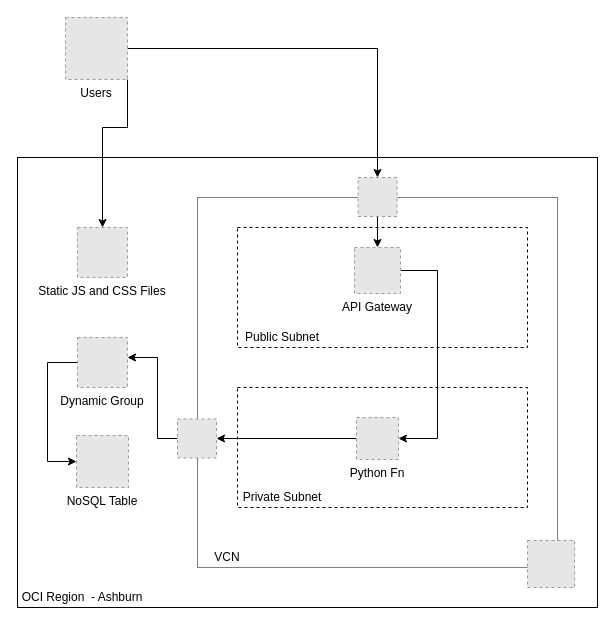
Earlier version of the draw.io diagram Untitled Diagram.drawio (JauntyJames/draw.io). Source tidied: cells renumbered, new cells numbered last; positions are measured from the earlier drawing's top-left corner, leaving out a move shared by most shapes. Both pictures are drawn from the tidied source at 100%, with x=0, y=0 at pixel (17, 17). Pictures stored in the file or linked from it are replaced by grey dashed boxes.
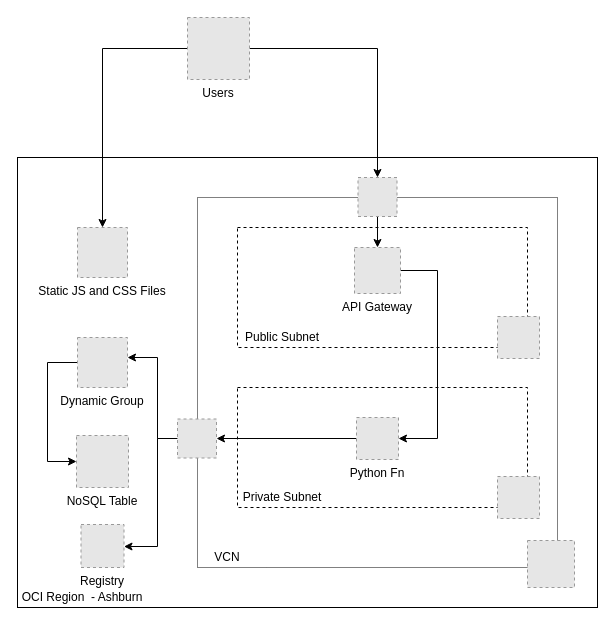
Above is the later version.

Unchanged cells that the change refers to:
```xml
<mxCell id="4" value="Static JS and CSS Files" style="fillColor=#E6E6E6;strokeColor=#999999;dashed=1;verticalLabelPosition=bottom;verticalAlign=top;" parent="1" vertex="1">
  <mxGeometry x="60" y="210" width="50" height="50" as="geometry" />
</mxCell>
<mxCell id="22" style="fillColor=#E6E6E6;strokeColor=#999999;dashed=1;verticalLabelPosition=bottom;verticalAlign=top;" parent="1" vertex="1">
  <mxGeometry x="160" y="401.5" width="39" height="39" as="geometry" />
</mxCell>
<mxCell id="24" value="Dynamic Group" style="fillColor=#E6E6E6;strokeColor=#999999;dashed=1;verticalLabelPosition=bottom;verticalAlign=top;" parent="1" vertex="1">
  <mxGeometry x="60" y="320" width="50" height="50" as="geometry" />
</mxCell>
```

What changed in the source:
```diff
@@
-    <mxCell id="8" style="edgeStyle=orthogonalEdgeStyle;rounded=0;jettySize=auto;html=1;exitX=1;exitY=1;exitDx=0;exitDy=0;" parent="1" edge="1" source="10" target="4">
+    <mxCell id="8" style="edgeStyle=orthogonalEdgeStyle;rounded=0;jettySize=auto;html=1;exitX=0;exitY=0.5;exitDx=0;exitDy=0;" parent="1" edge="1" source="10" target="4">
       <mxGeometry relative="1" as="geometry">
         <Array as="points">
-          <mxPoint x="110" y="110" />
-          <mxPoint x="85" y="110" />
+          <mxPoint x="85" y="31" />
         </Array>
       </mxGeometry>
     </mxCell>
@@
     <mxCell id="10" value="Users" style="fillColor=#E6E6E6;strokeColor=#999999;dashed=1;verticalLabelPosition=bottom;verticalAlign=top;" parent="1" vertex="1">
-      <mxGeometry x="48" width="62" height="62" as="geometry" />
+      <mxGeometry x="170" width="62" height="62" as="geometry" />
     </mxCell>
@@
-    <mxCell id="21" style="edgeStyle=orthogonalEdgeStyle;rounded=0;jettySize=auto;html=1;" parent="1" edge="1" source="22" target="24">
+    <mxCell id="21" style="edgeStyle=orthogonalEdgeStyle;rounded=0;jettySize=auto;html=1;startArrow=classic;startFill=1;endArrow=none;endFill=0;" parent="1" edge="1" source="24" target="22">
       <mxGeometry relative="1" as="geometry">
         <Array as="points">
+          <mxPoint x="140" y="340" />
           <mxPoint x="140" y="421" />
-          <mxPoint x="140" y="340" />
         </Array>
       </mxGeometry>
     </mxCell>
+    <mxCell id="26" style="edgeStyle=orthogonalEdgeStyle;rounded=0;jumpStyle=arc;jettySize=auto;html=1;startArrow=none;startFill=0;endArrow=classic;endFill=1;" parent="1" edge="1" source="22" target="29">
+      <mxGeometry relative="1" as="geometry">
+        <Array as="points">
+          <mxPoint x="140" y="421" />
+          <mxPoint x="140" y="529" />
+        </Array>
+      </mxGeometry>
+    </mxCell>
@@
+    <mxCell id="27" style="fillColor=#E6E6E6;strokeColor=#999999;dashed=1;verticalLabelPosition=bottom;verticalAlign=top;" parent="1" vertex="1">
+      <mxGeometry x="480" y="299" width="42" height="42" as="geometry" />
+    </mxCell>
+    <mxCell id="28" style="fillColor=#E6E6E6;strokeColor=#999999;dashed=1;verticalLabelPosition=bottom;verticalAlign=top;" parent="1" vertex="1">
+      <mxGeometry x="480" y="459" width="42" height="42" as="geometry" />
+    </mxCell>
+    <mxCell id="29" value="Registry" style="fillColor=#E6E6E6;strokeColor=#999999;dashed=1;verticalLabelPosition=bottom;verticalAlign=top;" parent="1" vertex="1">
+      <mxGeometry x="63.5" y="507" width="43" height="43" as="geometry" />
+    </mxCell>
```
